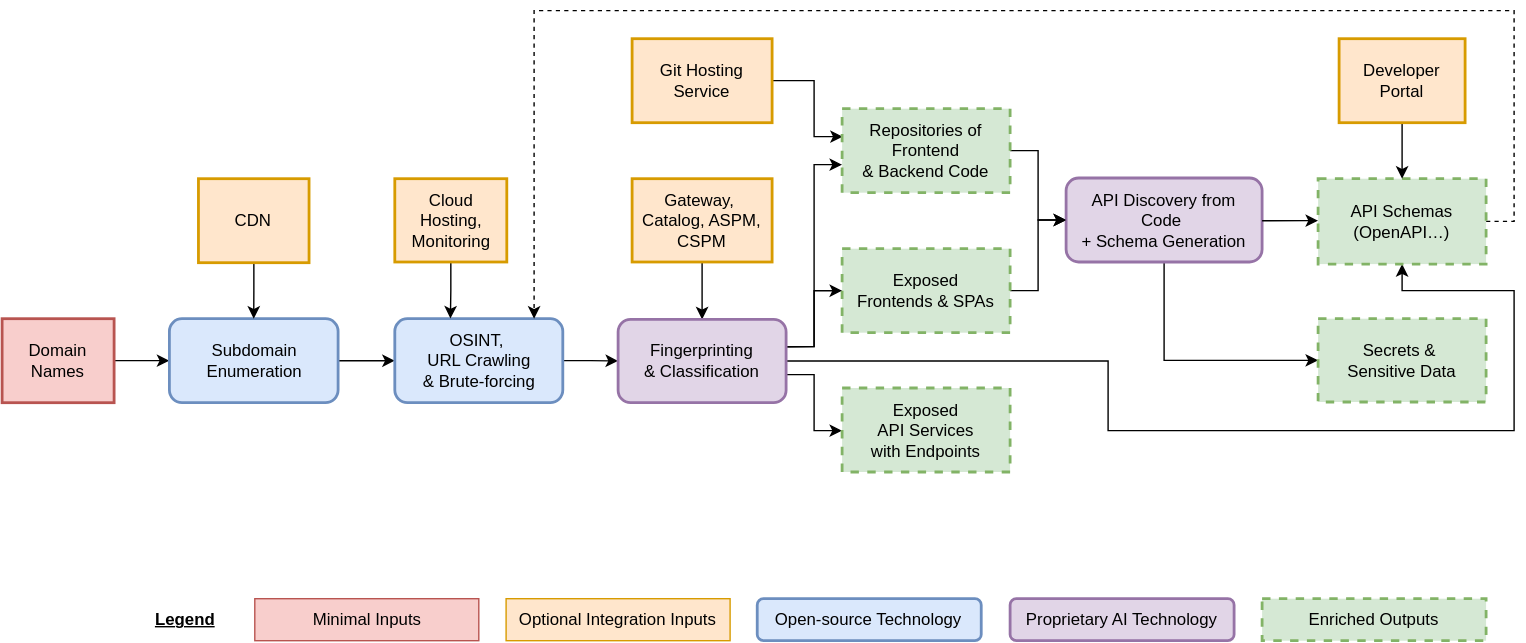
Earlier version of the draw.io export docs/01-inventory/01-introduction/inventory-diagram.svg (Escape-Technologies/docs). Source tidied: cells renumbered, new cells last; positions are measured from the earlier drawing's top-left corner, leaving out a move shared by most shapes.
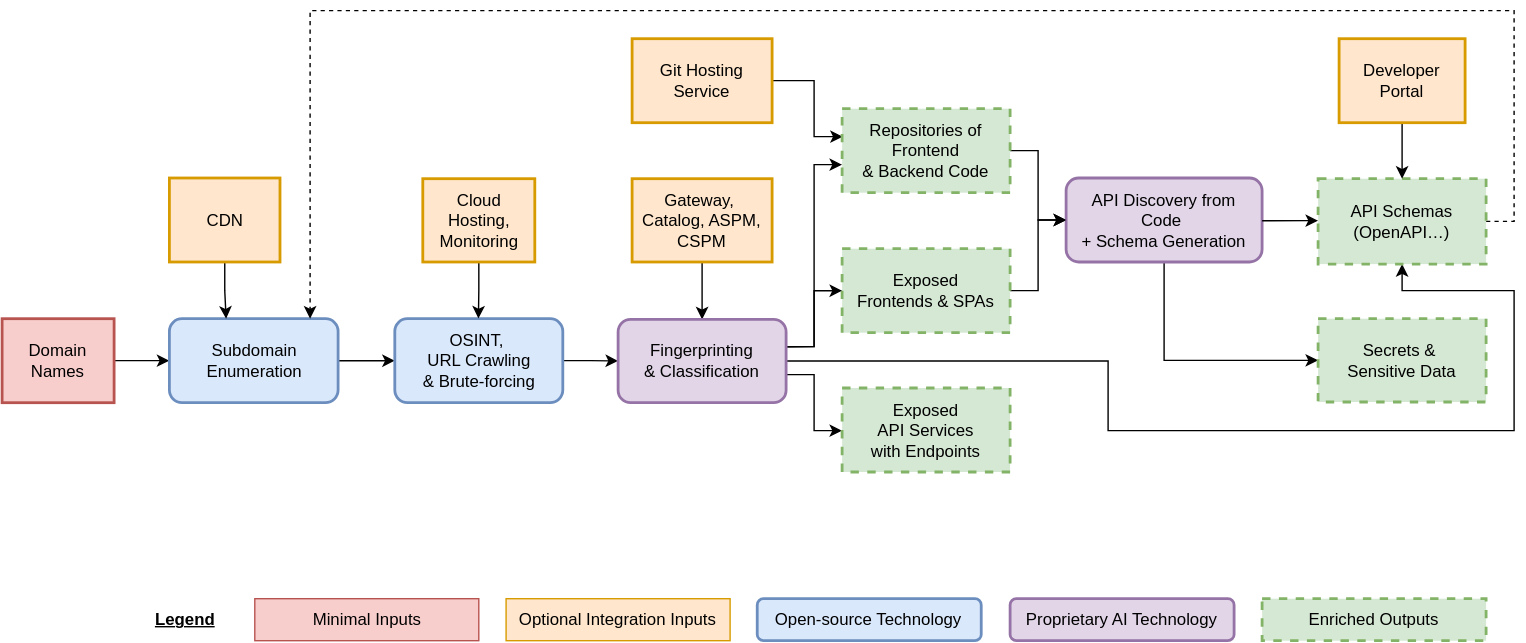
The same diagram one commit later.

Commit message:
fix: improve schema

Change to the diagram source:
```diff
@@ -77,17 +77,24 @@
     <mxCell id="16" value="Git Hosting Service" style="whiteSpace=wrap;strokeWidth=2;fillColor=#ffe6cc;strokeColor=#d79b00;fontStyle=0;" parent="1" vertex="1">
       <mxGeometry x="450" y="20" width="100" height="60" as="geometry" />
     </mxCell>
-    <mxCell id="17" style="edgeStyle=orthogonalEdgeStyle;rounded=0;jettySize=auto;html=1;entryX=0.331;entryY=-0.002;entryDx=0;entryDy=0;entryPerimeter=0;" parent="1" edge="1" source="18" target="7">
-      <mxGeometry relative="1" as="geometry" />
+    <mxCell id="17" style="edgeStyle=orthogonalEdgeStyle;rounded=0;jettySize=auto;html=1;entryX=0.331;entryY=-0.002;entryDx=0;entryDy=0;entryPerimeter=0;" parent="1" edge="1" source="18">
+      <mxGeometry relative="1" as="geometry">
+        <mxPoint x="340.2" y="219.9" as="targetPoint" />
+      </mxGeometry>
     </mxCell>
     <mxCell id="18" value="Cloud Hosting,&#10;Monitoring" style="whiteSpace=wrap;strokeWidth=2;fillColor=#ffe6cc;strokeColor=#d79b00;" parent="1" vertex="1">
-      <mxGeometry x="280.5" y="120" width="80" height="59.5" as="geometry" />
+      <mxGeometry x="300.5" y="120" width="80" height="59.5" as="geometry" />
     </mxCell>
     <mxCell id="19" style="edgeStyle=orthogonalEdgeStyle;rounded=0;jettySize=auto;html=1;" parent="1" edge="1" source="20" target="5">
-      <mxGeometry relative="1" as="geometry" />
+      <mxGeometry relative="1" as="geometry">
+        <Array as="points">
+          <mxPoint x="159" y="200" />
+          <mxPoint x="160" y="200" />
+        </Array>
+      </mxGeometry>
     </mxCell>
     <mxCell id="20" value="CDN" style="whiteSpace=wrap;strokeWidth=2;fillColor=#ffe6cc;strokeColor=#d79b00;" parent="1" vertex="1">
-      <mxGeometry x="140.2" y="120" width="79" height="60" as="geometry" />
+      <mxGeometry x="119.5" y="119.5" width="79" height="60" as="geometry" />
     </mxCell>
     <mxCell id="21" style="edgeStyle=orthogonalEdgeStyle;rounded=0;jettySize=auto;html=1;" parent="1" edge="1" source="22" target="39">
       <mxGeometry relative="1" as="geometry" />
@@ -100,11 +107,12 @@
     </mxCell>
     <mxCell id="24" style="edgeStyle=orthogonalEdgeStyle;rounded=0;jettySize=auto;html=1;dashed=1;" parent="1" edge="1" source="25">
       <mxGeometry relative="1" as="geometry">
-        <mxPoint x="380" y="220" as="targetPoint" />
+        <mxPoint x="220" y="220" as="targetPoint" />
         <Array as="points">
-          <mxPoint x="1080" y="151" />
+          <mxPoint x="1080" y="150" />
           <mxPoint x="1080" />
-          <mxPoint x="380" />
+          <mxPoint x="220" />
+          <mxPoint x="220" y="220" />
         </Array>
       </mxGeometry>
     </mxCell>
```
